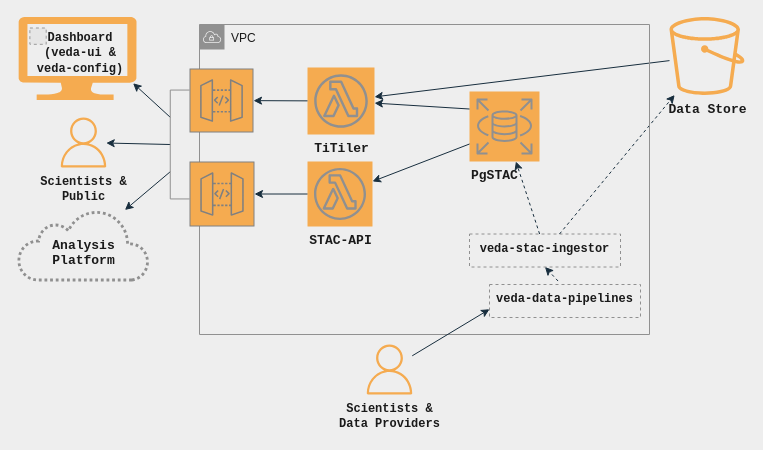
This is .readme/veda-backend.drawio.xml from NASA-IMPACT/veda-backend, a draw.io file, before an edit. Source tidied: cells renumbered, new cells numbered last; positions are measured from the earlier drawing's top-left corner, leaving out a move shared by most shapes. Both pictures are drawn from the tidied source at 100%, with x=0, y=0 at pixel (18, 16). Pictures stored in the file or linked from it are replaced by grey dashed boxes.
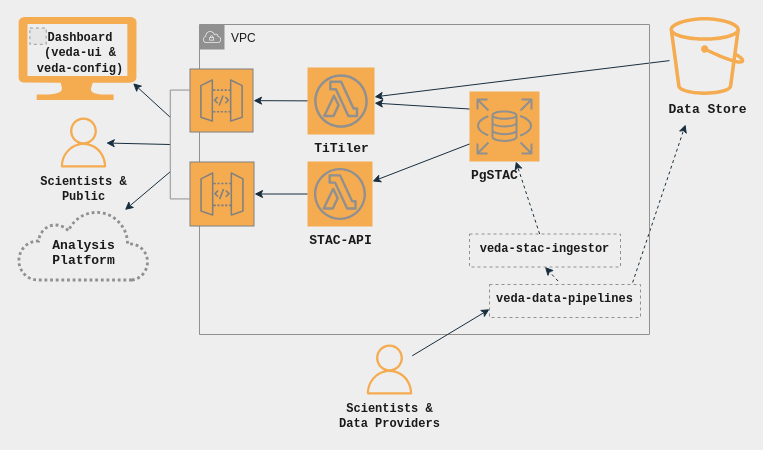
The same page after the edit.

The change refers to these unchanged cells:
```xml
<mxCell id="2" value="&lt;font face=&quot;Courier New&quot;&gt;&lt;b&gt;&lt;font style=&quot;font-size: 13px;&quot;&gt;Data Store&lt;/font&gt;&lt;/b&gt;&lt;/font&gt;" style="outlineConnect=0;fontColor=#1A1A1A;fillColor=#F5AB50;strokeColor=none;dashed=0;verticalLabelPosition=bottom;verticalAlign=top;align=center;html=1;fontSize=12;fontStyle=0;shape=mxgraph.aws4.bucket;rounded=0;strokeWidth=1;" parent="1" vertex="1">
  <mxGeometry x="651" y="0.5" width="75" height="78" as="geometry" />
</mxCell>
<mxCell id="12" value="&lt;font face=&quot;Courier New&quot;&gt;&lt;b&gt;veda-stac-ingestor&lt;/b&gt;&lt;/font&gt;" style="whiteSpace=wrap;html=1;verticalAlign=top;fillColor=none;strokeColor=#909090;fontColor=#1A1A1A;gradientDirection=north;dashed=1;fontStyle=0;rounded=0;" parent="1" vertex="1">
  <mxGeometry x="451" y="217.5" width="151" height="33" as="geometry" />
</mxCell>
<mxCell id="13" value="&lt;font face=&quot;Courier New&quot;&gt;&lt;b&gt;veda-data-pipelines&lt;/b&gt;&lt;/font&gt;" style="whiteSpace=wrap;html=1;verticalAlign=top;fillColor=none;strokeColor=#909090;fontColor=#1A1A1A;gradientDirection=north;dashed=1;fontStyle=0;rounded=0;" parent="1" vertex="1">
  <mxGeometry x="471" y="268" width="151" height="33" as="geometry" />
</mxCell>
```

The edit, as a diff of the source:
```diff
@@
-    <mxCell id="18" style="edgeStyle=none;rounded=0;jettySize=auto;html=1;strokeColor=#182E3E;fontFamily=Courier New;fontColor=#1A1A1A;dashed=1;exitX=0.596;exitY=0;exitDx=0;exitDy=0;exitPerimeter=0;labelBackgroundColor=#EEEEEE;" parent="1" edge="1" source="12" target="2">
-      <mxGeometry relative="1" as="geometry" />
+    <mxCell id="18" style="edgeStyle=none;rounded=0;jettySize=auto;html=1;strokeColor=#182E3E;fontFamily=Courier New;fontColor=#1A1A1A;dashed=1;exitX=0.948;exitY=-0.061;exitDx=0;exitDy=0;exitPerimeter=0;labelBackgroundColor=#EEEEEE;" parent="1" edge="1" source="13">
+      <mxGeometry relative="1" as="geometry">
+        <mxPoint x="667" y="108" as="targetPoint" />
+      </mxGeometry>
     </mxCell>
```
